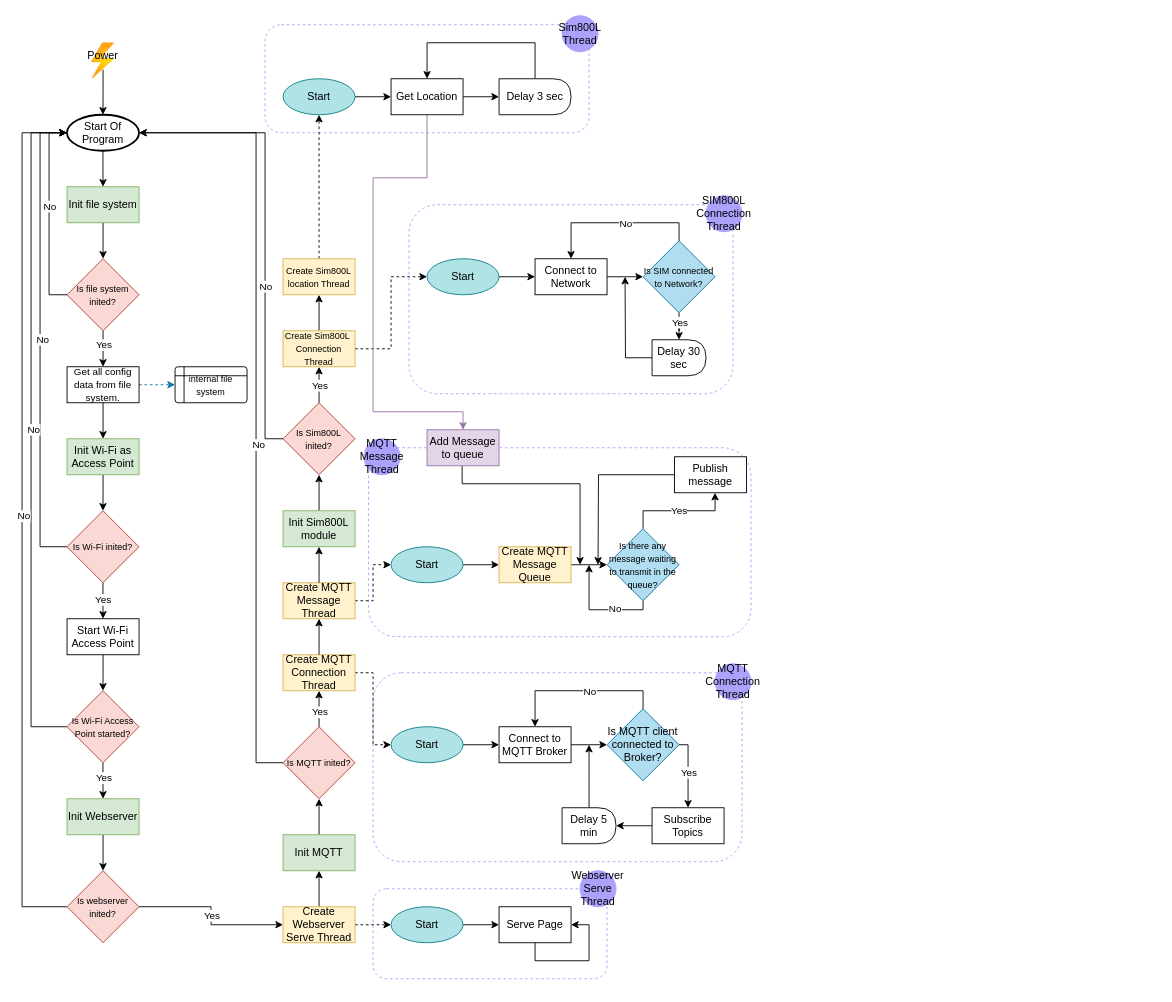
This is embedded_app/docs/car_trackin_embedded.drawio from Mona-Roza/car_tracking, a draw.io file, before an edit. Source tidied: cells renumbered, new cells numbered last; positions are measured from the earlier drawing's top-left corner, leaving out a move shared by most shapes. Both pictures are drawn from the tidied source at 90%, with x=0, y=0 at pixel (22, 15).
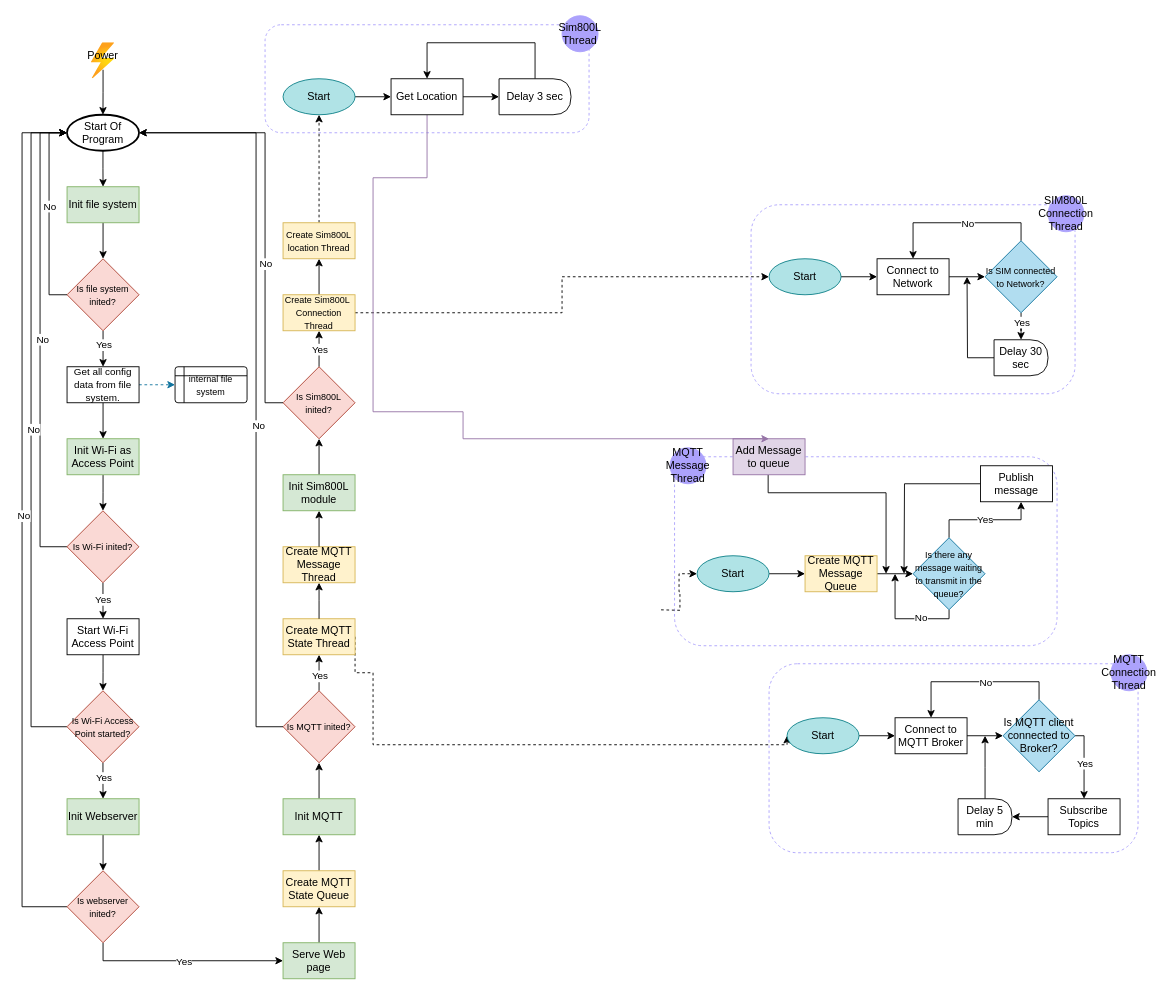
The same page after the edit.

Unchanged cells that the change refers to:
```xml
<mxCell id="6" value="Start Of Program" style="strokeWidth=2;html=1;shape=mxgraph.flowchart.start_1;whiteSpace=wrap;" parent="1" vertex="1">
  <mxGeometry x="49.9" y="110" width="80.1" height="40" as="geometry" />
</mxCell>
<mxCell id="48" value="&lt;font style=&quot;font-size: 10px;&quot;&gt;Is webserver inited?&lt;/font&gt;" style="rhombus;whiteSpace=wrap;html=1;fillColor=#fad9d5;strokeColor=#ae4132;" parent="1" vertex="1">
  <mxGeometry x="50" y="950" width="80" height="80" as="geometry" />
</mxCell>
```

Diff of the diagram source:
```diff
@@
     <mxCell id="2" style="rounded=1;whiteSpace=wrap;html=1;fillColor=none;dashed=1;strokeColor=#ACA2FC;" parent="1" vertex="1">
-      <mxGeometry x="390" y="730" width="410" height="210" as="geometry" />
+      <mxGeometry x="830" y="720" width="410" height="210" as="geometry" />
     </mxCell>
     <mxCell id="3" style="rounded=1;whiteSpace=wrap;html=1;fillColor=none;dashed=1;strokeColor=#ACA2FC;" parent="1" vertex="1">
-      <mxGeometry x="385" y="480" width="425" height="210" as="geometry" />
+      <mxGeometry x="725" y="490" width="425" height="210" as="geometry" />
     </mxCell>
@@
     <mxCell id="23" value="Init Sim800L module" style="rounded=0;whiteSpace=wrap;html=1;fillColor=#d5e8d4;strokeColor=#82b366;" parent="1" vertex="1">
-      <mxGeometry x="290" y="550" width="80" height="40" as="geometry" />
+      <mxGeometry x="290" y="510" width="80" height="40" as="geometry" />
     </mxCell>
@@
     <mxCell id="25" value="Init MQTT" style="rounded=0;whiteSpace=wrap;html=1;fillColor=#d5e8d4;strokeColor=#82b366;" parent="1" vertex="1">
-      <mxGeometry x="290" y="910" width="80" height="40" as="geometry" />
+      <mxGeometry x="290" y="870" width="80" height="40" as="geometry" />
     </mxCell>
@@
-    <mxCell id="30" style="edgeStyle=orthogonalEdgeStyle;rounded=0;jettySize=auto;html=1;exitX=1;exitY=0.5;exitDx=0;exitDy=0;dashed=1;" parent="1" edge="1" source="32" target="79">
-      <mxGeometry relative="1" as="geometry" />
-    </mxCell>
-    <mxCell id="31" style="edgeStyle=orthogonalEdgeStyle;rounded=0;jettySize=auto;html=1;exitX=0.5;exitY=0;exitDx=0;exitDy=0;entryX=0.5;entryY=1;entryDx=0;entryDy=0;" parent="1" edge="1" source="32" target="25">
-      <mxGeometry relative="1" as="geometry" />
-    </mxCell>
+    <mxCell id="124" style="edgeStyle=orthogonalEdgeStyle;rounded=0;jettySize=auto;html=1;exitX=0.5;exitY=0;exitDx=0;exitDy=0;entryX=0.5;entryY=1;entryDx=0;entryDy=0;" parent="1" edge="1" source="32" target="127">
+      <mxGeometry relative="1" as="geometry" />
+    </mxCell>
-    <mxCell id="32" value="Create Webserver Serve Thread" style="rounded=0;whiteSpace=wrap;html=1;fillColor=#fff2cc;strokeColor=#d6b656;" parent="1" vertex="1">
-      <mxGeometry x="290" y="990" width="80" height="40" as="geometry" />
+    <mxCell id="32" value="Serve Web page" style="rounded=0;whiteSpace=wrap;html=1;fillColor=#d5e8d4;strokeColor=#82b366;" parent="1" vertex="1">
+      <mxGeometry x="290" y="1030" width="80" height="40" as="geometry" />
     </mxCell>
@@
-    <mxCell id="46" style="edgeStyle=orthogonalEdgeStyle;rounded=0;jettySize=auto;html=1;exitX=1;exitY=0.5;exitDx=0;exitDy=0;entryX=0;entryY=0.5;entryDx=0;entryDy=0;" parent="1" edge="1" source="48" target="32">
+    <mxCell id="46" style="edgeStyle=orthogonalEdgeStyle;rounded=0;jettySize=auto;html=1;exitX=0.5;exitY=1;exitDx=0;exitDy=0;entryX=0;entryY=0.5;entryDx=0;entryDy=0;" parent="1" edge="1" source="48" target="32">
       <mxGeometry relative="1" as="geometry">
         <Array as="points">
-          <mxPoint x="210" y="990" />
-          <mxPoint x="210" y="1010" />
+          <mxPoint x="90" y="1050" />
         </Array>
       </mxGeometry>
     </mxCell>
@@
     <mxCell id="51" value="&lt;font style=&quot;font-size: 10px;&quot;&gt;Is Sim800L inited?&lt;/font&gt;" style="rhombus;whiteSpace=wrap;html=1;fillColor=#fad9d5;strokeColor=#ae4132;" parent="1" vertex="1">
-      <mxGeometry x="290" y="430" width="80" height="80" as="geometry" />
+      <mxGeometry x="290" y="390" width="80" height="80" as="geometry" />
     </mxCell>
@@
     <mxCell id="54" value="&lt;font style=&quot;font-size: 10px;&quot;&gt;Is MQTT inited?&lt;/font&gt;" style="rhombus;whiteSpace=wrap;html=1;fillColor=#fad9d5;strokeColor=#ae4132;" parent="1" vertex="1">
-      <mxGeometry x="290" y="790" width="80" height="80" as="geometry" />
+      <mxGeometry x="290" y="750" width="80" height="80" as="geometry" />
     </mxCell>
@@
     <mxCell id="56" value="Subscribe Topics" style="rounded=0;whiteSpace=wrap;html=1;" parent="1" vertex="1">
-      <mxGeometry x="700" y="880" width="80" height="40" as="geometry" />
+      <mxGeometry x="1140" y="870" width="80" height="40" as="geometry" />
     </mxCell>
     <mxCell id="57" value="Yes" style="edgeStyle=orthogonalEdgeStyle;rounded=0;jettySize=auto;html=1;exitX=0.5;exitY=0;exitDx=0;exitDy=0;" parent="1" edge="1" source="60" target="62">
       <mxGeometry relative="1" as="geometry">
         <Array as="points">
-          <mxPoint x="690" y="550" />
-          <mxPoint x="770" y="550" />
+          <mxPoint x="1030" y="560" />
+          <mxPoint x="1110" y="560" />
         </Array>
       </mxGeometry>
     </mxCell>
     <mxCell id="58" style="edgeStyle=orthogonalEdgeStyle;rounded=0;jettySize=auto;html=1;exitX=0.5;exitY=1;exitDx=0;exitDy=0;" parent="1" edge="1" source="60">
       <mxGeometry relative="1" as="geometry">
-        <mxPoint x="630" y="610" as="targetPoint" />
+        <mxPoint x="970" y="620" as="targetPoint" />
         <Array as="points">
-          <mxPoint x="690" y="660" />
-          <mxPoint x="630" y="660" />
+          <mxPoint x="1030" y="670" />
+          <mxPoint x="970" y="670" />
         </Array>
       </mxGeometry>
     </mxCell>
@@
     <mxCell id="60" value="&lt;font style=&quot;font-size: 10px;&quot;&gt;Is there any message waiting to transmit in the queue?&lt;/font&gt;" style="rhombus;whiteSpace=wrap;html=1;fillColor=#b1ddf0;strokeColor=#10739e;" parent="1" vertex="1">
-      <mxGeometry x="650" y="570" width="80" height="80" as="geometry" />
+      <mxGeometry x="990" y="580" width="80" height="80" as="geometry" />
     </mxCell>
     <mxCell id="61" style="edgeStyle=orthogonalEdgeStyle;rounded=0;jettySize=auto;html=1;exitX=0;exitY=0.5;exitDx=0;exitDy=0;" parent="1" edge="1" source="62">
       <mxGeometry relative="1" as="geometry">
-        <mxPoint x="640" y="610" as="targetPoint" />
+        <mxPoint x="980" y="620" as="targetPoint" />
       </mxGeometry>
     </mxCell>
     <mxCell id="62" value="Publish message" style="rounded=0;whiteSpace=wrap;html=1;" parent="1" vertex="1">
-      <mxGeometry x="725" y="490" width="80" height="40" as="geometry" />
+      <mxGeometry x="1065" y="500" width="80" height="40" as="geometry" />
     </mxCell>
     <mxCell id="63" value="MQTT Message Thread" style="ellipse;whiteSpace=wrap;html=1;fillColor=#ACA2FC;strokeColor=#ACA2FC;" parent="1" vertex="1">
-      <mxGeometry x="380" y="470" width="40" height="40" as="geometry" />
+      <mxGeometry x="720" y="480" width="40" height="40" as="geometry" />
     </mxCell>
@@
-    <mxCell id="65" value="Create MQTT Connection Thread" style="rounded=0;whiteSpace=wrap;html=1;fillColor=#fff2cc;strokeColor=#d6b656;" parent="1" vertex="1">
-      <mxGeometry x="290" y="710" width="80" height="40" as="geometry" />
+    <mxCell id="65" value="Create MQTT State Thread" style="rounded=0;whiteSpace=wrap;html=1;fillColor=#fff2cc;strokeColor=#d6b656;" parent="1" vertex="1">
+      <mxGeometry x="290" y="670" width="80" height="40" as="geometry" />
     </mxCell>
-    <mxCell id="66" style="edgeStyle=orthogonalEdgeStyle;rounded=0;jettySize=auto;html=1;entryX=0;entryY=0.5;entryDx=0;entryDy=0;dashed=1;" parent="1" edge="1" source="67" target="69">
-      <mxGeometry relative="1" as="geometry" />
+    <mxCell id="66" style="edgeStyle=orthogonalEdgeStyle;rounded=0;jettySize=auto;html=1;entryX=0;entryY=0.5;entryDx=0;entryDy=0;dashed=1;" parent="1" edge="1" target="69">
+      <mxGeometry relative="1" as="geometry">
+        <mxPoint x="710" y="660.1" as="sourcePoint" />
+      </mxGeometry>
     </mxCell>
     <mxCell id="67" value="Create MQTT Message Thread" style="rounded=0;whiteSpace=wrap;html=1;fillColor=#fff2cc;strokeColor=#d6b656;" parent="1" vertex="1">
-      <mxGeometry x="290" y="630" width="80" height="40" as="geometry" />
+      <mxGeometry x="290" y="590" width="80" height="40" as="geometry" />
     </mxCell>
@@
     <mxCell id="69" value="Start" style="ellipse;whiteSpace=wrap;html=1;fillColor=#b0e3e6;strokeColor=#0e8088;" parent="1" vertex="1">
-      <mxGeometry x="410" y="590" width="80" height="40" as="geometry" />
+      <mxGeometry x="750" y="600" width="80" height="40" as="geometry" />
     </mxCell>
@@
     <mxCell id="73" value="&lt;font style=&quot;font-size: 10px;&quot;&gt;Create Sim800L&amp;nbsp; Connection Thread&lt;/font&gt;" style="rounded=0;whiteSpace=wrap;html=1;fillColor=#fff2cc;strokeColor=#d6b656;" parent="1" vertex="1">
-      <mxGeometry x="290" y="350" width="80" height="40" as="geometry" />
+      <mxGeometry x="290" y="310" width="80" height="40" as="geometry" />
     </mxCell>
@@
-    <mxCell id="76" style="rounded=1;whiteSpace=wrap;html=1;dashed=1;fillColor=none;strokeColor=#ACA2FC;" parent="1" vertex="1">
-      <mxGeometry x="390" y="970" width="260" height="100" as="geometry" />
-    </mxCell>
-    <mxCell id="77" value="Webserver Serve Thread" style="ellipse;whiteSpace=wrap;html=1;fillColor=#ACA2FC;strokeColor=#ACA2FC;" parent="1" vertex="1">
-      <mxGeometry x="620" y="950" width="40" height="40" as="geometry" />
-    </mxCell>
-    <mxCell id="78" style="edgeStyle=orthogonalEdgeStyle;rounded=0;jettySize=auto;html=1;entryX=0;entryY=0.5;entryDx=0;entryDy=0;" parent="1" edge="1" source="79" target="84">
-      <mxGeometry relative="1" as="geometry" />
-    </mxCell>
-    <mxCell id="79" value="Start" style="ellipse;whiteSpace=wrap;html=1;fillColor=#b0e3e6;strokeColor=#0e8088;" parent="1" vertex="1">
-      <mxGeometry x="410" y="990" width="80" height="40" as="geometry" />
-    </mxCell>
@@
     <mxCell id="81" value="Create MQTT Message Queue" style="rounded=0;whiteSpace=wrap;html=1;fillColor=#fff2cc;strokeColor=#d6b656;" parent="1" vertex="1">
-      <mxGeometry x="530" y="590" width="80" height="40" as="geometry" />
+      <mxGeometry x="870" y="600" width="80" height="40" as="geometry" />
     </mxCell>
     <mxCell id="82" style="edgeStyle=orthogonalEdgeStyle;rounded=0;orthogonalLoop=1;jettySize=auto;html=1;exitX=0.5;exitY=1;exitDx=0;exitDy=0;" parent="1" edge="1">
       <mxGeometry relative="1" as="geometry">
-        <mxPoint x="489" y="500" as="sourcePoint" />
-        <mxPoint x="620" y="610" as="targetPoint" />
+        <mxPoint x="829" y="510" as="sourcePoint" />
+        <mxPoint x="960" y="620" as="targetPoint" />
         <Array as="points">
-          <mxPoint x="489" y="520" />
-          <mxPoint x="620" y="520" />
-          <mxPoint x="620" y="610" />
+          <mxPoint x="829" y="530" />
+          <mxPoint x="960" y="530" />
+          <mxPoint x="960" y="620" />
         </Array>
       </mxGeometry>
     </mxCell>
     <mxCell id="83" value="Add Message to queue" style="rounded=0;whiteSpace=wrap;html=1;fillColor=#e1d5e7;strokeColor=#9673a6;" parent="1" vertex="1">
-      <mxGeometry x="450" y="460" width="80" height="40" as="geometry" />
+      <mxGeometry x="790" y="470" width="80" height="40" as="geometry" />
     </mxCell>
-    <mxCell id="84" value="Serve Page" style="rounded=0;whiteSpace=wrap;html=1;" parent="1" vertex="1">
-      <mxGeometry x="530" y="990" width="80" height="40" as="geometry" />
-    </mxCell>
-    <mxCell id="85" style="edgeStyle=orthogonalEdgeStyle;rounded=0;orthogonalLoop=1;jettySize=auto;html=1;entryX=1;entryY=0.5;entryDx=0;entryDy=0;exitX=0.5;exitY=1;exitDx=0;exitDy=0;" parent="1" edge="1" source="84" target="84">
-      <mxGeometry relative="1" as="geometry">
-        <Array as="points">
-          <mxPoint x="570" y="1050" />
-          <mxPoint x="630" y="1050" />
-          <mxPoint x="630" y="1010" />
-        </Array>
-      </mxGeometry>
-    </mxCell>
@@
     <mxCell id="92" value="&lt;font style=&quot;font-size: 10px;&quot;&gt;Create Sim800L location Thread&lt;/font&gt;" style="rounded=0;whiteSpace=wrap;html=1;fillColor=#fff2cc;strokeColor=#d6b656;" parent="1" vertex="1">
-      <mxGeometry x="290" y="270" width="80" height="40" as="geometry" />
+      <mxGeometry x="290" y="230" width="80" height="40" as="geometry" />
     </mxCell>
     <mxCell id="93" style="rounded=1;whiteSpace=wrap;html=1;fillColor=none;dashed=1;strokeColor=#ACA2FC;" parent="1" vertex="1">
-      <mxGeometry x="430" y="210" width="360" height="210" as="geometry" />
+      <mxGeometry x="810" y="210" width="360" height="210" as="geometry" />
     </mxCell>
@@
     <mxCell id="95" value="Connect to Network" style="rounded=0;whiteSpace=wrap;html=1;" parent="1" vertex="1">
-      <mxGeometry x="570" y="270" width="80" height="40" as="geometry" />
+      <mxGeometry x="950" y="270" width="80" height="40" as="geometry" />
     </mxCell>
@@
     <mxCell id="100" value="&lt;font style=&quot;font-size: 10px;&quot;&gt;Is SIM connected to Network?&lt;/font&gt;" style="rhombus;whiteSpace=wrap;html=1;fillColor=#b1ddf0;strokeColor=#10739e;" parent="1" vertex="1">
-      <mxGeometry x="690" y="250" width="80" height="80" as="geometry" />
+      <mxGeometry x="1070" y="250" width="80" height="80" as="geometry" />
     </mxCell>
     <mxCell id="101" style="edgeStyle=orthogonalEdgeStyle;rounded=0;jettySize=auto;html=1;" parent="1" edge="1" source="102">
       <mxGeometry relative="1" as="geometry">
-        <mxPoint x="670" y="290" as="targetPoint" />
+        <mxPoint x="1050" y="290" as="targetPoint" />
       </mxGeometry>
     </mxCell>
     <mxCell id="102" value="Delay 30 sec" style="shape=delay;whiteSpace=wrap;html=1;" parent="1" vertex="1">
-      <mxGeometry x="700" y="360" width="60" height="40" as="geometry" />
+      <mxGeometry x="1080" y="360" width="60" height="40" as="geometry" />
     </mxCell>
     <mxCell id="103" value="SIM800L Connection Thread" style="ellipse;whiteSpace=wrap;html=1;fillColor=#ACA2FC;strokeColor=#ACA2FC;" parent="1" vertex="1">
-      <mxGeometry x="760" y="200" width="40" height="40" as="geometry" />
+      <mxGeometry x="1140" y="200" width="40" height="40" as="geometry" />
     </mxCell>
@@
     <mxCell id="105" value="Start" style="ellipse;whiteSpace=wrap;html=1;fillColor=#b0e3e6;strokeColor=#0e8088;" parent="1" vertex="1">
-      <mxGeometry x="450" y="270" width="80" height="40" as="geometry" />
+      <mxGeometry x="830" y="270" width="80" height="40" as="geometry" />
     </mxCell>
     <mxCell id="106" style="edgeStyle=orthogonalEdgeStyle;rounded=0;jettySize=auto;html=1;exitX=0.5;exitY=0;exitDx=0;exitDy=0;" parent="1" edge="1" source="65">
       <mxGeometry relative="1" as="geometry">
-        <mxPoint x="330" y="670" as="targetPoint" />
+        <mxPoint x="330" y="630" as="targetPoint" />
       </mxGeometry>
     </mxCell>
@@
     <mxCell id="108" style="edgeStyle=orthogonalEdgeStyle;rounded=0;jettySize=auto;html=1;exitX=0;exitY=0.5;exitDx=0;exitDy=0;entryX=1;entryY=0.5;entryDx=0;entryDy=0;entryPerimeter=0;" parent="1" edge="1" source="54" target="6">
       <mxGeometry relative="1" as="geometry">
         <Array as="points">
-          <mxPoint x="260" y="830" />
+          <mxPoint x="260" y="790" />
           <mxPoint x="260" y="130" />
         </Array>
       </mxGeometry>
     </mxCell>
@@
     <mxCell id="110" style="edgeStyle=orthogonalEdgeStyle;rounded=0;jettySize=auto;html=1;exitX=0;exitY=0.5;exitDx=0;exitDy=0;entryX=1;entryY=0.5;entryDx=0;entryDy=0;entryPerimeter=0;" parent="1" edge="1" source="51" target="6">
       <mxGeometry relative="1" as="geometry">
         <Array as="points">
-          <mxPoint x="270" y="470" />
+          <mxPoint x="270" y="430" />
           <mxPoint x="270" y="130" />
         </Array>
       </mxGeometry>
     </mxCell>
@@
     <mxCell id="113" value="Connect to MQTT Broker" style="rounded=0;whiteSpace=wrap;html=1;" parent="1" vertex="1">
-      <mxGeometry x="530" y="790" width="80" height="40" as="geometry" />
+      <mxGeometry x="970" y="780" width="80" height="40" as="geometry" />
     </mxCell>
@@
     <mxCell id="116" style="edgeStyle=orthogonalEdgeStyle;rounded=0;jettySize=auto;html=1;entryX=0.5;entryY=0;entryDx=0;entryDy=0;" parent="1" edge="1" source="118" target="56">
       <mxGeometry relative="1" as="geometry">
         <Array as="points">
-          <mxPoint x="740" y="810" />
+          <mxPoint x="1180" y="800" />
         </Array>
       </mxGeometry>
     </mxCell>
@@
     <mxCell id="118" value="Is MQTT client connected to Broker?" style="rhombus;whiteSpace=wrap;html=1;fillColor=#b1ddf0;strokeColor=#10739e;" parent="1" vertex="1">
-      <mxGeometry x="650" y="770" width="80" height="80" as="geometry" />
+      <mxGeometry x="1090" y="760" width="80" height="80" as="geometry" />
     </mxCell>
     <mxCell id="119" style="edgeStyle=orthogonalEdgeStyle;rounded=0;jettySize=auto;html=1;exitX=0.5;exitY=0;exitDx=0;exitDy=0;" parent="1" edge="1" source="120">
       <mxGeometry relative="1" as="geometry">
-        <mxPoint x="630" y="810" as="targetPoint" />
+        <mxPoint x="1070" y="800" as="targetPoint" />
       </mxGeometry>
     </mxCell>
     <mxCell id="120" value="Delay 5 min" style="shape=delay;whiteSpace=wrap;html=1;" parent="1" vertex="1">
-      <mxGeometry x="600" y="880" width="60" height="40" as="geometry" />
+      <mxGeometry x="1040" y="870" width="60" height="40" as="geometry" />
     </mxCell>
     <mxCell id="121" value="MQTT Connection Thread" style="ellipse;whiteSpace=wrap;html=1;fillColor=#ACA2FC;strokeColor=#ACA2FC;" parent="1" vertex="1">
-      <mxGeometry x="770" y="720" width="40" height="40" as="geometry" />
+      <mxGeometry x="1210" y="710" width="40" height="40" as="geometry" />
     </mxCell>
@@
     <mxCell id="123" value="Start" style="ellipse;whiteSpace=wrap;html=1;fillColor=#b0e3e6;strokeColor=#0e8088;" parent="1" vertex="1">
-      <mxGeometry x="410" y="790" width="80" height="40" as="geometry" />
+      <mxGeometry x="850" y="780" width="80" height="40" as="geometry" />
     </mxCell>
+    <mxCell id="125" style="edgeStyle=orthogonalEdgeStyle;rounded=0;orthogonalLoop=1;jettySize=auto;html=1;exitX=0.5;exitY=1;exitDx=0;exitDy=0;" parent="1" edge="1" source="32" target="32">
+      <mxGeometry relative="1" as="geometry" />
+    </mxCell>
+    <mxCell id="126" style="edgeStyle=orthogonalEdgeStyle;rounded=0;jettySize=auto;html=1;" parent="1" edge="1" source="127" target="25">
+      <mxGeometry relative="1" as="geometry" />
+    </mxCell>
+    <mxCell id="127" value="Create MQTT State Queue" style="rounded=0;whiteSpace=wrap;html=1;fillColor=#fff2cc;strokeColor=#d6b656;" parent="1" vertex="1">
+      <mxGeometry x="290" y="950" width="80" height="40" as="geometry" />
+    </mxCell>
```
